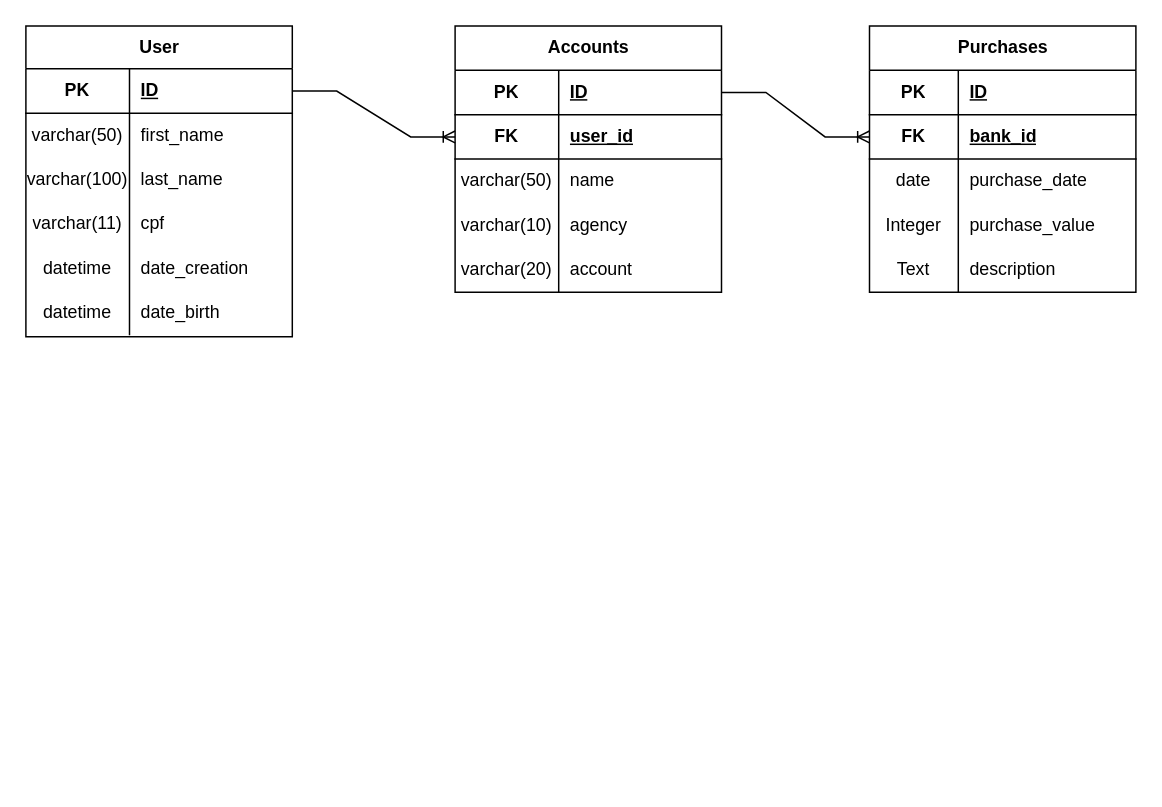
The draw.io diagram docs/Diagrama sem nome.drawio in leofs55/FinancialPlanningAi, before the edit. Source tidied: cells renumbered, new cells numbered last; positions are measured from the earlier drawing's top-left corner, leaving out a move shared by most shapes. Both pictures are drawn from the tidied source at 148%, with x=0, y=0 at pixel (25, 25).
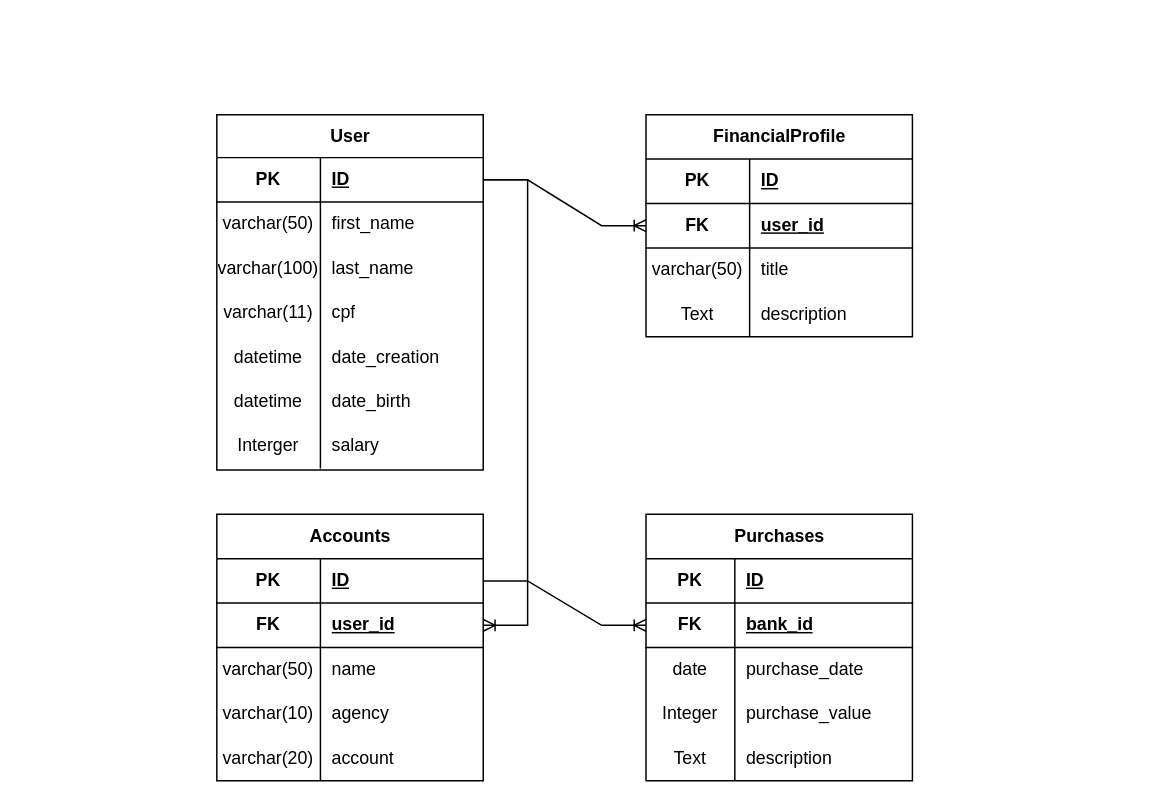
The same page after the edit.

Unchanged cells that the change refers to:
```xml
<mxCell id="3" style="shape=tableRow;horizontal=0;startSize=0;swimlaneHead=0;swimlaneBody=0;fillColor=none;points=[[0,0.5],[1,0.5]];portConstraint=eastwest;top=0;left=0;right=0;bottom=1;" parent="2" vertex="1">
  <mxGeometry y="29" width="180" height="30" as="geometry" />
</mxCell>
<mxCell id="25" style="shape=tableRow;horizontal=0;startSize=0;swimlaneHead=0;swimlaneBody=0;fillColor=none;points=[[0,0.5],[1,0.5]];portConstraint=eastwest;top=0;left=0;right=0;bottom=1;" parent="21" vertex="1">
  <mxGeometry y="60" width="180" height="30" as="geometry" />
</mxCell>
<mxCell id="38" style="shape=tableRow;horizontal=0;startSize=0;swimlaneHead=0;swimlaneBody=0;fillColor=none;points=[[0,0.5],[1,0.5]];portConstraint=eastwest;top=0;left=0;right=0;bottom=1;" parent="37" vertex="1">
  <mxGeometry y="30" width="180" height="30" as="geometry" />
</mxCell>
```

Change to the diagram source:
```diff
@@
     <mxCell id="2" value="User" style="shape=table;startSize=29;childLayout=tableLayout;rowLines=0;fontStyle=1;align=center;html=1;" parent="1" vertex="1">
-      <mxGeometry width="180" height="210" as="geometry" />
+      <mxGeometry x="129" y="60" width="180" height="240" as="geometry" />
     </mxCell>
@@
+    <mxCell id="55" style="shape=tableRow;horizontal=0;startSize=0;swimlaneHead=0;swimlaneBody=0;fillColor=none;top=0;left=0;right=0;bottom=0;" parent="2" vertex="1">
+      <mxGeometry y="209" width="180" height="30" as="geometry" />
+    </mxCell>
+    <mxCell id="56" value="Interger" style="shape=partialRectangle;fillColor=none;top=0;left=0;bottom=0;right=0;overflow=hidden;whiteSpace=wrap;html=1;" parent="55" vertex="1">
+      <mxGeometry width="70" height="30" as="geometry" />
+    </mxCell>
+    <mxCell id="57" value="salary" style="shape=partialRectangle;fillColor=none;top=0;left=0;bottom=0;right=0;align=left;spacingLeft=6;overflow=hidden;whiteSpace=wrap;html=1;" parent="55" vertex="1">
+      <mxGeometry x="70" width="110" height="30" as="geometry" />
+    </mxCell>
     <mxCell id="21" value="Purchases" style="shape=table;startSize=30;childLayout=tableLayout;rowLines=0;fontStyle=1;align=center;html=1;" parent="1" vertex="1">
-      <mxGeometry x="570" width="180" height="180" as="geometry" />
+      <mxGeometry x="419" y="330" width="180" height="180" as="geometry" />
     </mxCell>
@@
     <mxCell id="37" value="Accounts" style="shape=table;startSize=30;childLayout=tableLayout;rowLines=0;fontStyle=1;align=center;html=1;" parent="1" vertex="1">
-      <mxGeometry x="290" width="180" height="180" as="geometry" />
+      <mxGeometry x="129" y="330" width="180" height="180" as="geometry" />
     </mxCell>
@@
     <mxCell id="54" style="edgeStyle=entityRelationEdgeStyle;fontSize=12;html=1;endArrow=ERoneToMany;rounded=0;" parent="1" edge="1" source="38" target="25">
-      <mxGeometry relative="1" as="geometry" />
+      <mxGeometry relative="1" as="geometry">
+        <Array as="points">
+          <mxPoint x="369" y="340" />
+          <mxPoint x="429" y="340" />
+          <mxPoint x="409" y="320" />
+          <mxPoint x="389" y="340" />
+        </Array>
+      </mxGeometry>
     </mxCell>
+    <mxCell id="58" value="FinancialProfile" style="shape=table;startSize=30;childLayout=tableLayout;rowLines=0;fontStyle=1;align=center;html=1;" parent="1" vertex="1">
+      <mxGeometry x="419" y="60" width="180" height="150" as="geometry" />
+    </mxCell>
+    <mxCell id="59" style="shape=tableRow;horizontal=0;startSize=0;swimlaneHead=0;swimlaneBody=0;fillColor=none;top=0;left=0;right=0;bottom=1;" parent="58" vertex="1">
+      <mxGeometry y="30" width="180" height="30" as="geometry" />
+    </mxCell>
+    <mxCell id="60" value="PK" style="shape=partialRectangle;fillColor=none;top=0;left=0;bottom=0;right=0;fontStyle=1;overflow=hidden;whiteSpace=wrap;html=1;" parent="59" vertex="1">
+      <mxGeometry width="70" height="30" as="geometry" />
+    </mxCell>
+    <mxCell id="61" value="ID" style="shape=partialRectangle;fillColor=none;top=0;left=0;bottom=0;right=0;align=left;spacingLeft=6;fontStyle=5;overflow=hidden;whiteSpace=wrap;html=1;" parent="59" vertex="1">
+      <mxGeometry x="70" width="110" height="30" as="geometry" />
+    </mxCell>
+    <mxCell id="62" style="shape=tableRow;horizontal=0;startSize=0;swimlaneHead=0;swimlaneBody=0;fillColor=none;points=[[0,0.5],[1,0.5]];portConstraint=eastwest;top=0;left=0;right=0;bottom=1;" parent="58" vertex="1">
+      <mxGeometry y="60" width="180" height="30" as="geometry" />
+    </mxCell>
+    <mxCell id="63" value="FK" style="shape=partialRectangle;fillColor=none;top=0;left=0;bottom=0;right=0;fontStyle=1;overflow=hidden;whiteSpace=wrap;html=1;" parent="62" vertex="1">
+      <mxGeometry width="70" height="30" as="geometry" />
+    </mxCell>
+    <mxCell id="64" value="user_id" style="shape=partialRectangle;fillColor=none;top=0;left=0;bottom=0;right=0;align=left;spacingLeft=6;fontStyle=5;overflow=hidden;whiteSpace=wrap;html=1;" parent="62" vertex="1">
+      <mxGeometry x="70" width="110" height="30" as="geometry" />
+    </mxCell>
+    <mxCell id="65" style="shape=tableRow;horizontal=0;startSize=0;swimlaneHead=0;swimlaneBody=0;fillColor=none;top=0;left=0;right=0;bottom=0;" parent="58" vertex="1">
+      <mxGeometry y="90" width="180" height="30" as="geometry" />
+    </mxCell>
+    <mxCell id="66" value="varchar(50)" style="shape=partialRectangle;fillColor=none;top=0;left=0;bottom=0;right=0;overflow=hidden;whiteSpace=wrap;html=1;" parent="65" vertex="1">
+      <mxGeometry width="70" height="30" as="geometry" />
+    </mxCell>
+    <mxCell id="67" value="title" style="shape=partialRectangle;fillColor=none;top=0;left=0;bottom=0;right=0;align=left;spacingLeft=6;overflow=hidden;whiteSpace=wrap;html=1;" parent="65" vertex="1">
+      <mxGeometry x="70" width="110" height="30" as="geometry" />
+    </mxCell>
+    <mxCell id="68" style="shape=tableRow;horizontal=0;startSize=0;swimlaneHead=0;swimlaneBody=0;fillColor=none;top=0;left=0;right=0;bottom=0;" parent="58" vertex="1">
+      <mxGeometry y="120" width="180" height="30" as="geometry" />
+    </mxCell>
+    <mxCell id="69" value="Text" style="shape=partialRectangle;fillColor=none;top=0;left=0;bottom=0;right=0;overflow=hidden;whiteSpace=wrap;html=1;" parent="68" vertex="1">
+      <mxGeometry width="70" height="30" as="geometry" />
+    </mxCell>
+    <mxCell id="70" value="description" style="shape=partialRectangle;fillColor=none;top=0;left=0;bottom=0;right=0;align=left;spacingLeft=6;overflow=hidden;whiteSpace=wrap;html=1;" parent="68" vertex="1">
+      <mxGeometry x="70" width="110" height="30" as="geometry" />
+    </mxCell>
+    <mxCell id="71" style="edgeStyle=entityRelationEdgeStyle;fontSize=12;html=1;endArrow=ERoneToMany;rounded=0;exitX=1;exitY=0.5;exitDx=0;exitDy=0;entryX=0;entryY=0.5;entryDx=0;entryDy=0;" parent="1" edge="1" source="3" target="62">
+      <mxGeometry relative="1" as="geometry" />
+    </mxCell>
```
